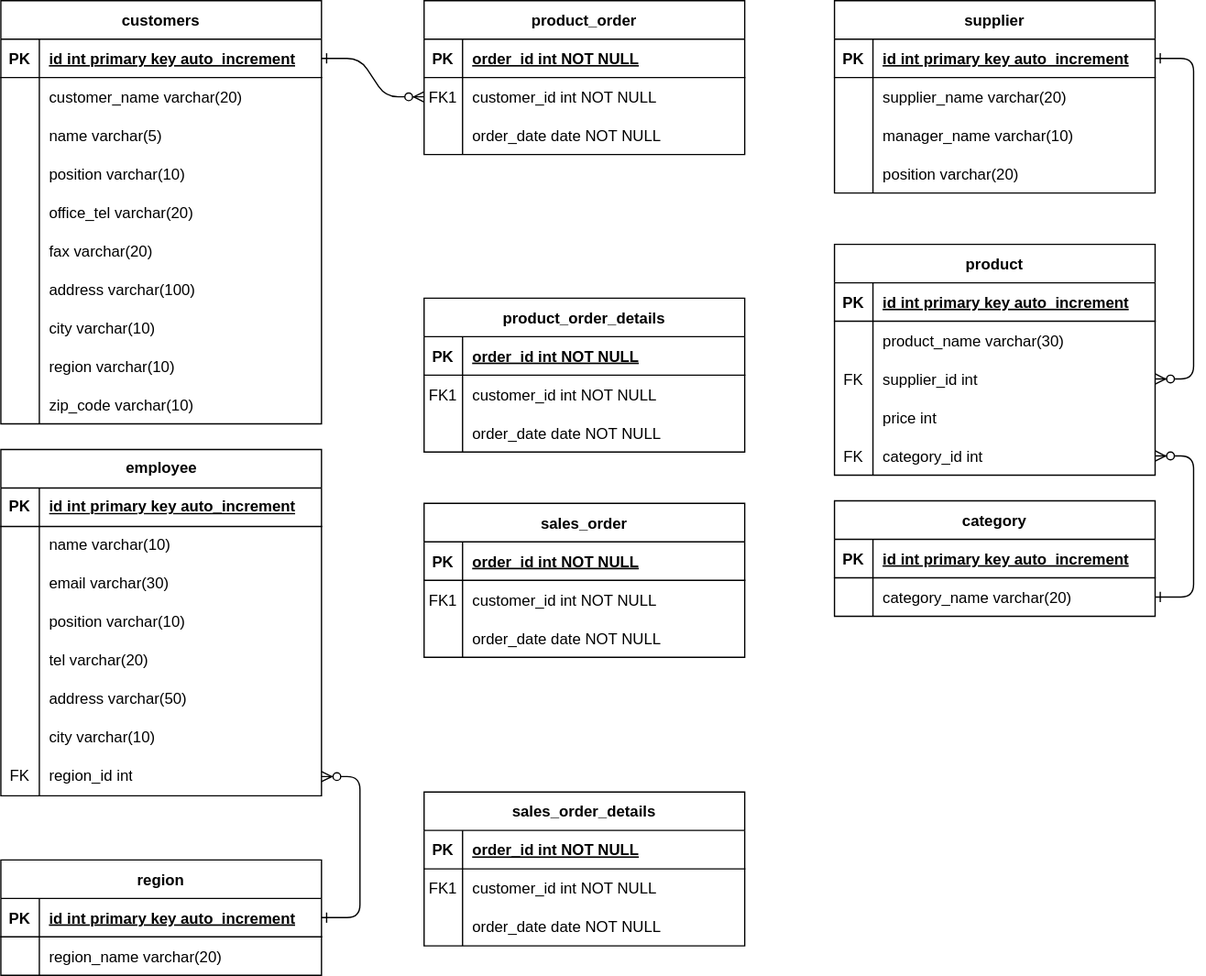
The draw.io diagram Mysql/northwind.svg in zzzmini/k-digital, before a commit. Source tidied: cells renumbered, new cells last; positions are measured from the earlier drawing's top-left corner, leaving out a move shared by most shapes.
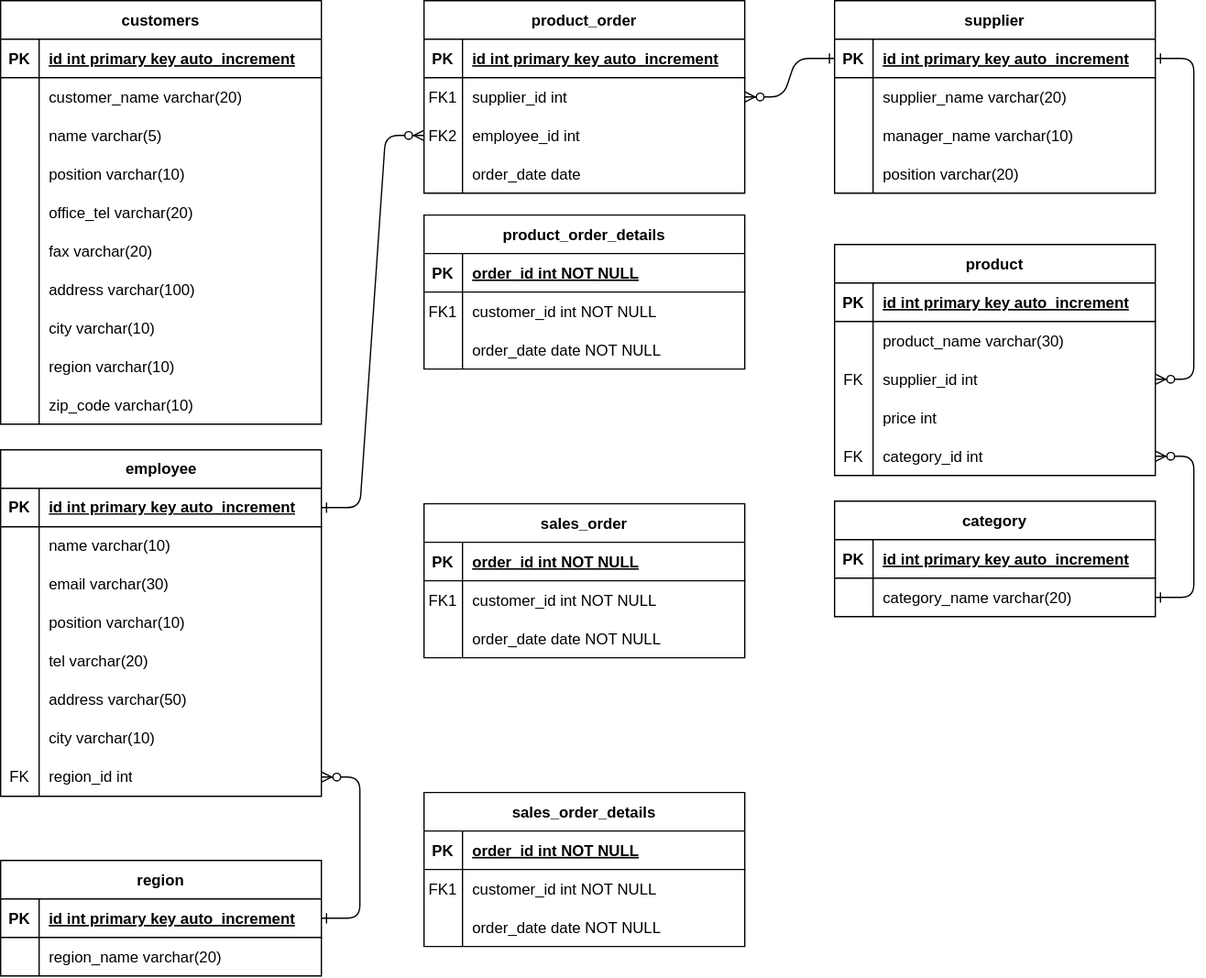
Later version of the same file.

What changed in the source:
```diff
@@ -2,14 +2,14 @@
   <root>
     <mxCell id="0" />
     <mxCell id="1" parent="0" />
-    <mxCell id="2" style="edgeStyle=entityRelationEdgeStyle;endArrow=ERzeroToMany;startArrow=ERone;endFill=1;startFill=0;" parent="1" edge="1" source="15" target="8">
+    <mxCell id="2" style="edgeStyle=entityRelationEdgeStyle;endArrow=ERzeroToMany;startArrow=ERone;endFill=1;startFill=0;exitX=0;exitY=0.5;exitDx=0;exitDy=0;entryX=1;entryY=0.5;entryDx=0;entryDy=0;" parent="1" edge="1" source="79" target="8">
       <mxGeometry relative="1" as="geometry" />
     </mxCell>
     <mxCell id="3" style="edgeStyle=entityRelationEdgeStyle;endArrow=ERzeroToMany;startArrow=ERone;endFill=1;startFill=0;entryX=1;entryY=0.5;entryDx=0;entryDy=0;exitX=1;exitY=0.5;exitDx=0;exitDy=0;" parent="1" edge="1" source="111" target="104">
       <mxGeometry relative="1" as="geometry" />
     </mxCell>
     <mxCell id="4" value="product_order" style="shape=table;startSize=30;rowLines=0;fontStyle=1;align=center;" parent="1" vertex="1">
-      <mxGeometry x="330" width="250" height="120" as="geometry" />
+      <mxGeometry x="330" width="250" height="150" as="geometry" />
     </mxCell>
     <mxCell id="5" style="shape=partialRectangle;fillColor=none;top=0;left=0;right=0;bottom=1;" parent="4" vertex="1">
       <mxGeometry y="30" width="250" height="30" as="geometry" />
@@ -17,7 +17,7 @@
     <mxCell id="6" value="PK" style="shape=partialRectangle;overflow=hidden;fillColor=none;top=0;left=0;bottom=0;right=0;fontStyle=1;" parent="5" vertex="1">
       <mxGeometry width="30" height="30" as="geometry" />
     </mxCell>
-    <mxCell id="7" value="order_id int NOT NULL " style="shape=partialRectangle;overflow=hidden;fillColor=none;top=0;left=0;bottom=0;right=0;align=left;spacingLeft=6;fontStyle=5;" parent="5" vertex="1">
+    <mxCell id="7" value="id int primary key auto_increment " style="shape=partialRectangle;overflow=hidden;fillColor=none;top=0;left=0;bottom=0;right=0;align=left;spacingLeft=6;fontStyle=5;" parent="5" vertex="1">
       <mxGeometry x="30" width="220" height="30" as="geometry" />
     </mxCell>
     <mxCell id="8" style="shape=partialRectangle;fillColor=none;points=[[0,0.5],[1,0.5]];portConstraint=eastwest;top=0;left=0;right=0;bottom=0;" parent="4" vertex="1">
@@ -26,18 +26,27 @@
     <mxCell id="9" value="FK1" style="shape=partialRectangle;overflow=hidden;fillColor=none;top=0;left=0;bottom=0;right=0;" parent="8" vertex="1">
       <mxGeometry width="30" height="30" as="geometry" />
     </mxCell>
-    <mxCell id="10" value="customer_id int NOT NULL" style="shape=partialRectangle;overflow=hidden;fillColor=none;top=0;left=0;bottom=0;right=0;align=left;spacingLeft=6;" parent="8" vertex="1">
+    <mxCell id="10" value="supplier_id int" style="shape=partialRectangle;overflow=hidden;fillColor=none;top=0;left=0;bottom=0;right=0;align=left;spacingLeft=6;" parent="8" vertex="1">
       <mxGeometry x="30" width="220" height="30" as="geometry" />
     </mxCell>
     <mxCell id="11" style="shape=partialRectangle;fillColor=none;points=[[0,0.5],[1,0.5]];portConstraint=eastwest;top=0;left=0;right=0;bottom=0;" parent="4" vertex="1">
       <mxGeometry y="90" width="250" height="30" as="geometry" />
     </mxCell>
-    <mxCell id="12" style="shape=partialRectangle;overflow=hidden;fillColor=none;top=0;left=0;bottom=0;right=0;" parent="11" vertex="1">
+    <mxCell id="12" value="FK2" style="shape=partialRectangle;overflow=hidden;fillColor=none;top=0;left=0;bottom=0;right=0;" parent="11" vertex="1">
       <mxGeometry width="30" height="30" as="geometry" />
     </mxCell>
-    <mxCell id="13" value="order_date date NOT NULL" style="shape=partialRectangle;overflow=hidden;fillColor=none;top=0;left=0;bottom=0;right=0;align=left;spacingLeft=6;" parent="11" vertex="1">
+    <mxCell id="13" value="employee_id int" style="shape=partialRectangle;overflow=hidden;fillColor=none;top=0;left=0;bottom=0;right=0;align=left;spacingLeft=6;" parent="11" vertex="1">
       <mxGeometry x="30" width="220" height="30" as="geometry" />
     </mxCell>
+    <mxCell id="145" style="shape=partialRectangle;fillColor=none;top=0;left=0;right=0;bottom=0;" parent="4" vertex="1">
+      <mxGeometry y="120" width="250" height="30" as="geometry" />
+    </mxCell>
+    <mxCell id="146" style="shape=partialRectangle;overflow=hidden;fillColor=none;top=0;left=0;bottom=0;right=0;" parent="145" vertex="1">
+      <mxGeometry width="30" height="30" as="geometry" />
+    </mxCell>
+    <mxCell id="147" value="order_date date" style="shape=partialRectangle;overflow=hidden;fillColor=none;top=0;left=0;bottom=0;right=0;align=left;spacingLeft=6;" parent="145" vertex="1">
+      <mxGeometry x="30" width="220" height="30" as="geometry" />
+    </mxCell>
     <mxCell id="14" value="customers" style="shape=table;startSize=30;rowLines=0;fontStyle=1;align=center;" parent="1" vertex="1">
       <mxGeometry width="250" height="330" as="geometry" />
     </mxCell>
@@ -342,7 +351,7 @@
       <mxGeometry relative="1" as="geometry" />
     </mxCell>
     <mxCell id="115" value="product_order_details" style="shape=table;startSize=30;rowLines=0;fontStyle=1;align=center;" parent="1" vertex="1">
-      <mxGeometry x="330" y="232" width="250" height="120" as="geometry" />
+      <mxGeometry x="330" y="167" width="250" height="120" as="geometry" />
     </mxCell>
     <mxCell id="116" style="shape=partialRectangle;fillColor=none;top=0;left=0;right=0;bottom=1;" parent="115" vertex="1">
       <mxGeometry y="30" width="250" height="30" as="geometry" />
@@ -431,5 +440,8 @@
     <mxCell id="144" value="order_date date NOT NULL" style="shape=partialRectangle;overflow=hidden;fillColor=none;top=0;left=0;bottom=0;right=0;align=left;spacingLeft=6;" parent="142" vertex="1">
       <mxGeometry x="30" width="220" height="30" as="geometry" />
     </mxCell>
+    <mxCell id="148" style="edgeStyle=entityRelationEdgeStyle;endArrow=ERzeroToMany;startArrow=ERone;endFill=1;startFill=0;exitX=1;exitY=0.5;exitDx=0;exitDy=0;" parent="1" edge="1" source="46" target="11">
+      <mxGeometry relative="1" as="geometry" />
+    </mxCell>
   </root>
 </mxGraphModel>
```
